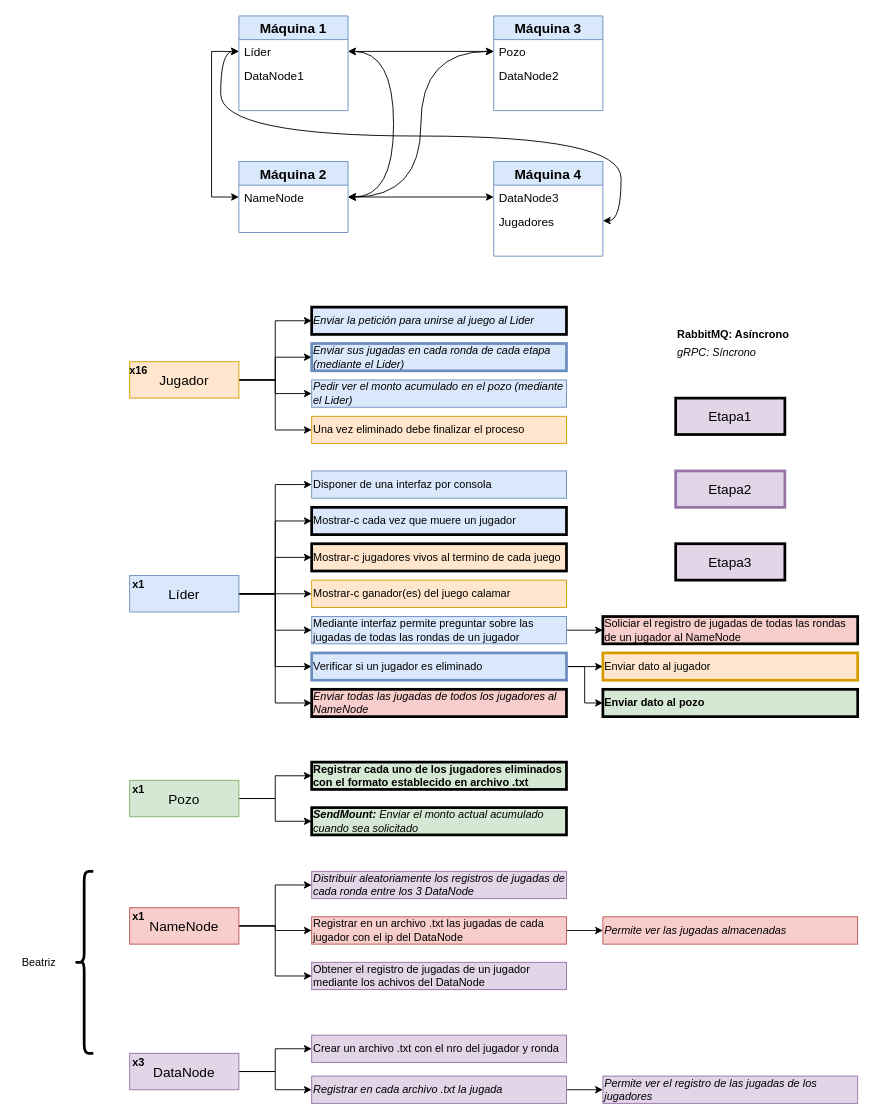
Before: Tarea2.drawio in srlaggy/Lab2-Grupo42-INF343, a draw.io diagram. Source tidied: cells renumbered, new cells numbered last; positions are measured from the earlier drawing's top-left corner, leaving out a move shared by most shapes. Both pictures are drawn from the tidied source at 91%, with x=0, y=0 at pixel (15, 15).
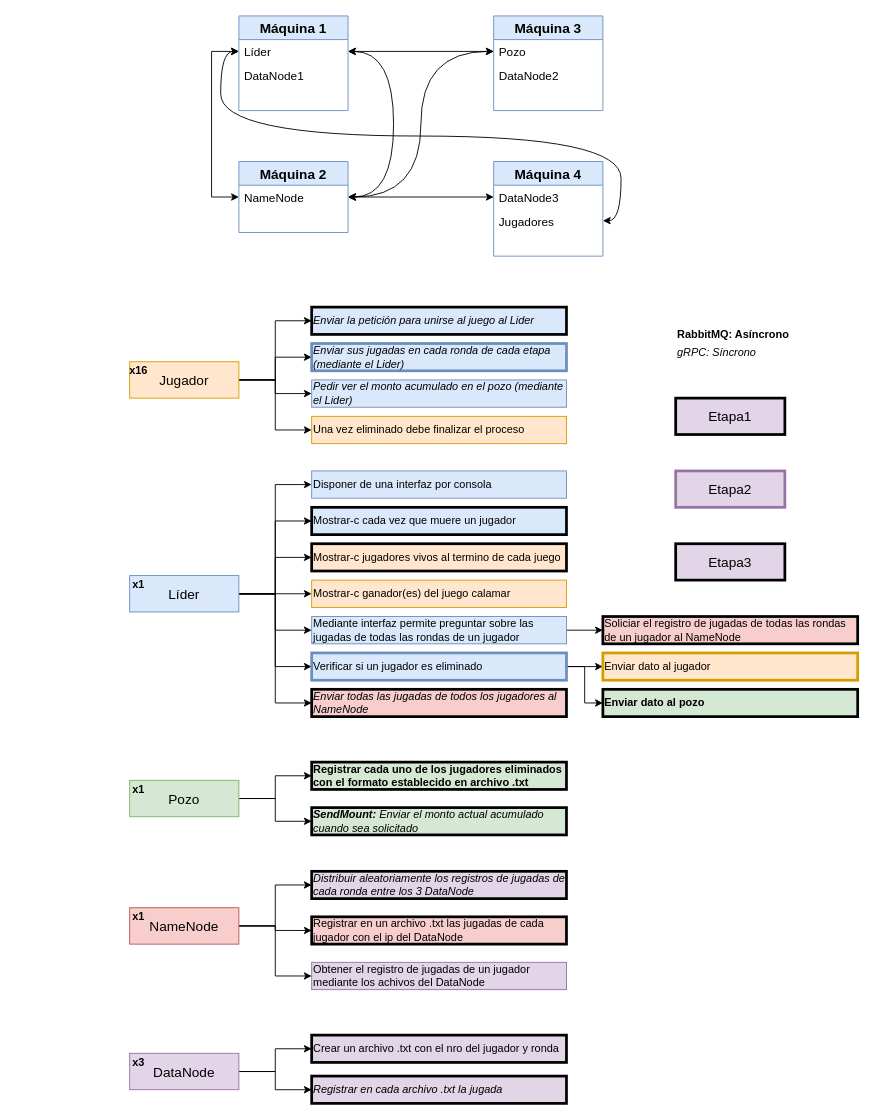
After the change.

Diff of the diagram source:
```diff
@@
-    <mxCell id="50" value="Distribuir aleatoriamente los registros de jugadas de cada ronda entre los 3 DataNode" style="rounded=0;whiteSpace=wrap;html=1;fontSize=12;align=left;fontStyle=2;fillColor=#e1d5e7;strokeColor=#9673a6;" parent="1" vertex="1">
+    <mxCell id="50" value="Distribuir aleatoriamente los registros de jugadas de cada ronda entre los 3 DataNode" style="rounded=0;whiteSpace=wrap;html=1;fontSize=12;align=left;fontStyle=2;fillColor=#e1d5e7;strokeColor=default;strokeWidth=3;" parent="1" vertex="1">
       <mxGeometry x="325" y="940" width="280" height="30" as="geometry" />
     </mxCell>
-    <mxCell id="51" style="edgeStyle=orthogonalEdgeStyle;rounded=0;jettySize=auto;html=1;exitX=1;exitY=0.5;exitDx=0;exitDy=0;entryX=0;entryY=0.5;entryDx=0;entryDy=0;fontSize=12;" parent="1" edge="1" source="52" target="53">
-      <mxGeometry relative="1" as="geometry" />
-    </mxCell>
-    <mxCell id="52" value="Registrar en un archivo .txt las jugadas de cada jugador con el ip del DataNode" style="rounded=0;whiteSpace=wrap;html=1;fontSize=12;align=left;fontStyle=0;fillColor=#f8cecc;strokeColor=#b85450;" parent="1" vertex="1">
+    <mxCell id="52" value="Registrar en un archivo .txt las jugadas de cada jugador con el ip del DataNode" style="rounded=0;whiteSpace=wrap;html=1;fontSize=12;align=left;fontStyle=0;fillColor=#f8cecc;strokeColor=default;strokeWidth=3;" parent="1" vertex="1">
       <mxGeometry x="325" y="990" width="280" height="30" as="geometry" />
     </mxCell>
-    <mxCell id="53" value="Permite ver las jugadas almacenadas" style="rounded=0;whiteSpace=wrap;html=1;fontSize=12;align=left;fontStyle=2;fillColor=#f8cecc;strokeColor=#b85450;" parent="1" vertex="1">
-      <mxGeometry x="645" y="990" width="280" height="30" as="geometry" />
-    </mxCell>
-    <mxCell id="54" value="Crear un archivo .txt con el nro del jugador y ronda" style="rounded=0;whiteSpace=wrap;html=1;fontSize=12;align=left;fontStyle=0;fillColor=#e1d5e7;strokeColor=#9673a6;" parent="1" vertex="1">
+    <mxCell id="54" value="Crear un archivo .txt con el nro del jugador y ronda" style="rounded=0;whiteSpace=wrap;html=1;fontSize=12;align=left;fontStyle=0;fillColor=#e1d5e7;strokeColor=default;strokeWidth=3;" parent="1" vertex="1">
       <mxGeometry x="325" y="1120" width="280" height="30" as="geometry" />
     </mxCell>
-    <mxCell id="55" style="edgeStyle=orthogonalEdgeStyle;rounded=0;jettySize=auto;html=1;exitX=1;exitY=0.5;exitDx=0;exitDy=0;entryX=0;entryY=0.5;entryDx=0;entryDy=0;fontSize=12;" parent="1" edge="1" source="56" target="57">
-      <mxGeometry relative="1" as="geometry" />
-    </mxCell>
-    <mxCell id="56" value="Registrar en cada archivo .txt la jugada" style="rounded=0;whiteSpace=wrap;html=1;fontSize=12;align=left;fontStyle=2;fillColor=#e1d5e7;strokeColor=#9673a6;" parent="1" vertex="1">
+    <mxCell id="56" value="Registrar en cada archivo .txt la jugada" style="rounded=0;whiteSpace=wrap;html=1;fontSize=12;align=left;fontStyle=2;fillColor=#e1d5e7;strokeColor=default;strokeWidth=3;" parent="1" vertex="1">
       <mxGeometry x="325" y="1165" width="280" height="30" as="geometry" />
     </mxCell>
-    <mxCell id="57" value="Permite ver el registro de las jugadas de los jugadores" style="rounded=0;whiteSpace=wrap;html=1;fontSize=12;align=left;fontStyle=2;fillColor=#e1d5e7;strokeColor=#9673a6;" parent="1" vertex="1">
-      <mxGeometry x="645" y="1165" width="280" height="30" as="geometry" />
-    </mxCell>
@@
-    <mxCell id="78" value="Beatriz" style="text;html=1;align=center;verticalAlign=middle;strokeColor=none;fillColor=none;" parent="1" vertex="1">
-      <mxGeometry y="1030" width="50" height="20" as="geometry" />
-    </mxCell>
-    <mxCell id="79" style="shape=curlyBracket;whiteSpace=wrap;html=1;rounded=1;strokeColor=default;strokeWidth=3;" parent="1" vertex="1">
-      <mxGeometry x="65" y="940" width="20" height="200" as="geometry" />
-    </mxCell>
```
